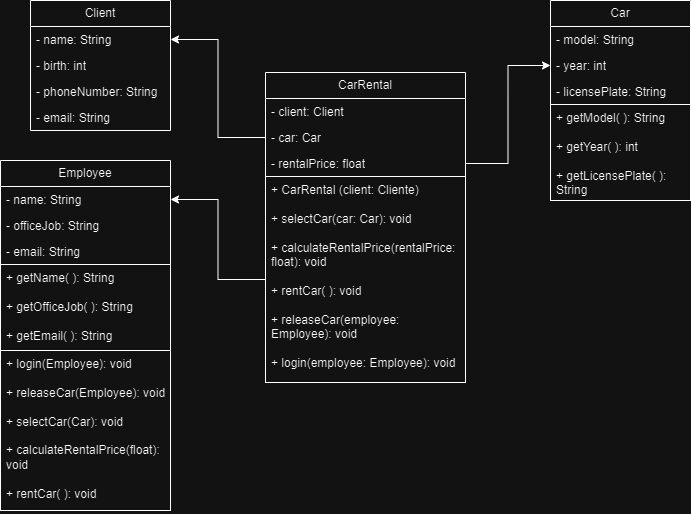
Above: engenharia_sw/img/uml.drawio.png in Otavio-CB/bertoti (draw.io), before the change. Source tidied: cells renumbered, new cells last; positions are measured from the earlier drawing's top-left corner, leaving out a move shared by most shapes. The source it was exported from:
```xml
<mxGraphModel>
  <root>
    <mxCell id="0" />
    <mxCell id="1" parent="0" />
    <mxCell id="2" value="Car" style="swimlane;fontStyle=0;horizontal=1;startSize=26;fillColor=none;whiteSpace=wrap;html=1;" parent="1" vertex="1">
      <mxGeometry x="550" width="140" height="200" as="geometry" />
    </mxCell>
    <mxCell id="3" value="- model: String" style="text;strokeColor=none;fillColor=none;align=left;verticalAlign=top;spacingLeft=4;spacingRight=4;overflow=hidden;whiteSpace=wrap;html=1;" parent="2" vertex="1">
      <mxGeometry y="26" width="140" height="26" as="geometry" />
    </mxCell>
    <mxCell id="4" value="- year: int" style="text;strokeColor=none;fillColor=none;align=left;verticalAlign=top;spacingLeft=4;spacingRight=4;overflow=hidden;points=[[0,0.5],[1,0.5]];portConstraint=eastwest;whiteSpace=wrap;html=1;" parent="2" vertex="1">
      <mxGeometry y="52" width="140" height="26" as="geometry" />
    </mxCell>
    <mxCell id="5" value="- licensePlate: String" style="text;strokeColor=none;fillColor=none;align=left;verticalAlign=top;spacingLeft=4;spacingRight=4;overflow=hidden;whiteSpace=wrap;html=1;" parent="2" vertex="1">
      <mxGeometry y="78" width="140" height="26" as="geometry" />
    </mxCell>
    <mxCell id="6" value="+ getModel( ): String&lt;br&gt;&lt;br&gt;+ getYear( ): int&lt;br&gt;&lt;br&gt;+ getLicensePlate( ): String" style="text;strokeColor=default;fillColor=none;align=left;verticalAlign=top;spacingLeft=4;spacingRight=4;overflow=hidden;whiteSpace=wrap;html=1;" parent="2" vertex="1">
      <mxGeometry y="104" width="140" height="96" as="geometry" />
    </mxCell>
    <mxCell id="7" value="Client" style="swimlane;fontStyle=0;horizontal=1;startSize=26;fillColor=none;whiteSpace=wrap;html=1;" parent="1" vertex="1">
      <mxGeometry x="30" width="140" height="130" as="geometry" />
    </mxCell>
    <mxCell id="8" value="- name: String" style="text;strokeColor=none;fillColor=none;align=left;verticalAlign=top;spacingLeft=4;spacingRight=4;overflow=hidden;points=[[0,0.5],[1,0.5]];portConstraint=eastwest;whiteSpace=wrap;html=1;" parent="7" vertex="1">
      <mxGeometry y="26" width="140" height="26" as="geometry" />
    </mxCell>
    <mxCell id="9" value="- birth: int" style="text;strokeColor=none;fillColor=none;align=left;verticalAlign=top;spacingLeft=4;spacingRight=4;overflow=hidden;whiteSpace=wrap;html=1;" parent="7" vertex="1">
      <mxGeometry y="52" width="140" height="26" as="geometry" />
    </mxCell>
    <mxCell id="10" value="- phoneNumber: String" style="text;strokeColor=none;fillColor=none;align=left;verticalAlign=top;spacingLeft=4;spacingRight=4;overflow=hidden;whiteSpace=wrap;html=1;" parent="7" vertex="1">
      <mxGeometry y="78" width="140" height="26" as="geometry" />
    </mxCell>
    <mxCell id="11" value="- email: String" style="text;strokeColor=none;fillColor=none;align=left;verticalAlign=top;spacingLeft=4;spacingRight=4;overflow=hidden;whiteSpace=wrap;html=1;" parent="7" vertex="1">
      <mxGeometry y="104" width="140" height="26" as="geometry" />
    </mxCell>
    <mxCell id="12" value="Employee" style="swimlane;fontStyle=0;horizontal=1;startSize=26;fillColor=none;whiteSpace=wrap;html=1;" parent="1" vertex="1">
      <mxGeometry y="160" width="170" height="350" as="geometry" />
    </mxCell>
    <mxCell id="13" value="- name: String" style="text;strokeColor=none;fillColor=none;align=left;verticalAlign=top;spacingLeft=4;spacingRight=4;overflow=hidden;points=[[0,0.5],[1,0.5]];portConstraint=eastwest;whiteSpace=wrap;html=1;" parent="12" vertex="1">
      <mxGeometry y="26" width="170" height="26" as="geometry" />
    </mxCell>
    <mxCell id="14" value="- officeJob: String" style="text;strokeColor=none;fillColor=none;align=left;verticalAlign=top;spacingLeft=4;spacingRight=4;overflow=hidden;whiteSpace=wrap;html=1;" parent="12" vertex="1">
      <mxGeometry y="52" width="170" height="26" as="geometry" />
    </mxCell>
    <mxCell id="15" value="- email: String" style="text;strokeColor=none;fillColor=none;align=left;verticalAlign=top;spacingLeft=4;spacingRight=4;overflow=hidden;whiteSpace=wrap;html=1;" parent="12" vertex="1">
      <mxGeometry y="78" width="170" height="26" as="geometry" />
    </mxCell>
    <mxCell id="16" value="+ getName( ): String&lt;br&gt;&lt;br&gt;+ getOfficeJob( ): String&lt;br&gt;&lt;br&gt;+ getEmail( ): String" style="text;strokeColor=default;fillColor=none;align=left;verticalAlign=top;spacingLeft=4;spacingRight=4;overflow=hidden;html=1;whiteSpace=wrap;" parent="12" vertex="1">
      <mxGeometry y="104" width="170" height="86" as="geometry" />
    </mxCell>
    <mxCell id="17" value="+ login(Employee): void&lt;br&gt;&lt;br&gt;+ releaseCar(Employee): void&lt;br&gt;&lt;br&gt;+ selectCar(Car): void&lt;br&gt;&lt;br&gt;+ calculateRentalPrice(float): void&lt;br&gt;&lt;br&gt;+ rentCar( ): void" style="text;strokeColor=default;fillColor=none;align=left;verticalAlign=top;spacingLeft=4;spacingRight=4;overflow=hidden;html=1;whiteSpace=wrap;" parent="12" vertex="1">
      <mxGeometry y="190" width="170" height="160" as="geometry" />
    </mxCell>
    <mxCell id="18" style="group;" parent="1" vertex="1">
      <mxGeometry x="265" y="72" width="200" height="310" as="geometry" />
    </mxCell>
    <mxCell id="19" value="CarRental" style="swimlane;fontStyle=0;horizontal=1;startSize=26;fillColor=none;whiteSpace=wrap;html=1;" parent="18" vertex="1">
      <mxGeometry width="200" height="104" as="geometry" />
    </mxCell>
    <mxCell id="20" value="- client: Client" style="text;strokeColor=none;fillColor=none;align=left;verticalAlign=top;spacingLeft=4;spacingRight=4;overflow=hidden;whiteSpace=wrap;html=1;" parent="19" vertex="1">
      <mxGeometry y="26" width="200" height="26" as="geometry" />
    </mxCell>
    <mxCell id="21" value="- car: Car" style="text;strokeColor=none;fillColor=none;align=left;verticalAlign=top;spacingLeft=4;spacingRight=4;overflow=hidden;points=[[0,0.5],[1,0.5]];portConstraint=eastwest;whiteSpace=wrap;html=1;" parent="19" vertex="1">
      <mxGeometry y="52" width="200" height="26" as="geometry" />
    </mxCell>
    <mxCell id="22" value="- rentalPrice: float" style="text;strokeColor=none;fillColor=none;align=left;verticalAlign=top;spacingLeft=4;spacingRight=4;overflow=hidden;points=[[0,0.5],[1,0.5]];portConstraint=eastwest;whiteSpace=wrap;html=1;" parent="19" vertex="1">
      <mxGeometry y="78" width="200" height="26" as="geometry" />
    </mxCell>
    <mxCell id="23" value="+ CarRental (client: Cliente)&lt;br&gt;&lt;br&gt;+ selectCar(car: Car): void&lt;br&gt;&lt;br&gt;+ calculateRentalPrice(rentalPrice: float): void&lt;br&gt;&lt;br&gt;+ rentCar( ): void&lt;br&gt;&lt;br&gt;+ releaseCar(employee: Employee): void&lt;br&gt;&lt;br&gt;+ login(employee: Employee): void" style="text;strokeColor=default;fillColor=none;align=left;verticalAlign=top;spacingLeft=4;spacingRight=4;overflow=hidden;points=[[0,0.5],[1,0.5]];portConstraint=eastwest;whiteSpace=wrap;html=1;" parent="18" vertex="1">
      <mxGeometry y="104" width="200" height="206" as="geometry" />
    </mxCell>
    <mxCell id="24" style="edgeStyle=orthogonalEdgeStyle;rounded=0;jettySize=auto;html=1;exitX=0;exitY=0.5;exitDx=0;exitDy=0;entryX=1;entryY=0.5;entryDx=0;entryDy=0;" parent="1" edge="1" source="21" target="8">
      <mxGeometry relative="1" as="geometry" />
    </mxCell>
    <mxCell id="25" style="edgeStyle=orthogonalEdgeStyle;rounded=0;jettySize=auto;html=1;exitX=1;exitY=0.5;exitDx=0;exitDy=0;entryX=0;entryY=0.5;entryDx=0;entryDy=0;" parent="1" edge="1" source="22" target="4">
      <mxGeometry relative="1" as="geometry" />
    </mxCell>
    <mxCell id="26" style="edgeStyle=orthogonalEdgeStyle;rounded=0;jettySize=auto;html=1;exitX=0;exitY=0.5;exitDx=0;exitDy=0;entryX=1;entryY=0.5;entryDx=0;entryDy=0;" parent="1" edge="1" source="23" target="13">
      <mxGeometry relative="1" as="geometry" />
    </mxCell>
  </root>
</mxGraphModel>
```
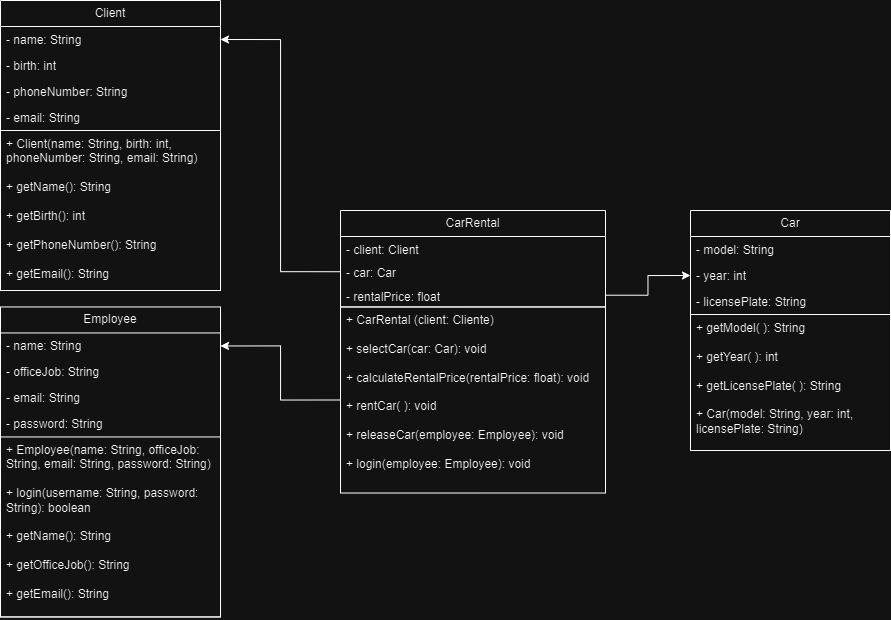
The same file after the commit.

Change to the diagram source:
```diff
@@ -3,79 +3,82 @@
     <mxCell id="0" />
     <mxCell id="1" parent="0" />
     <mxCell id="2" value="Car" style="swimlane;fontStyle=0;horizontal=1;startSize=26;fillColor=none;whiteSpace=wrap;html=1;" parent="1" vertex="1">
-      <mxGeometry x="550" width="140" height="200" as="geometry" />
+      <mxGeometry x="630" y="112" width="200" height="240" as="geometry" />
     </mxCell>
     <mxCell id="3" value="- model: String" style="text;strokeColor=none;fillColor=none;align=left;verticalAlign=top;spacingLeft=4;spacingRight=4;overflow=hidden;whiteSpace=wrap;html=1;" parent="2" vertex="1">
-      <mxGeometry y="26" width="140" height="26" as="geometry" />
+      <mxGeometry y="26" width="200" height="26" as="geometry" />
     </mxCell>
     <mxCell id="4" value="- year: int" style="text;strokeColor=none;fillColor=none;align=left;verticalAlign=top;spacingLeft=4;spacingRight=4;overflow=hidden;points=[[0,0.5],[1,0.5]];portConstraint=eastwest;whiteSpace=wrap;html=1;" parent="2" vertex="1">
-      <mxGeometry y="52" width="140" height="26" as="geometry" />
+      <mxGeometry y="52" width="200" height="26" as="geometry" />
     </mxCell>
     <mxCell id="5" value="- licensePlate: String" style="text;strokeColor=none;fillColor=none;align=left;verticalAlign=top;spacingLeft=4;spacingRight=4;overflow=hidden;whiteSpace=wrap;html=1;" parent="2" vertex="1">
-      <mxGeometry y="78" width="140" height="26" as="geometry" />
+      <mxGeometry y="78" width="200" height="26" as="geometry" />
     </mxCell>
-    <mxCell id="6" value="+ getModel( ): String&lt;br&gt;&lt;br&gt;+ getYear( ): int&lt;br&gt;&lt;br&gt;+ getLicensePlate( ): String" style="text;strokeColor=default;fillColor=none;align=left;verticalAlign=top;spacingLeft=4;spacingRight=4;overflow=hidden;whiteSpace=wrap;html=1;" parent="2" vertex="1">
-      <mxGeometry y="104" width="140" height="96" as="geometry" />
+    <mxCell id="6" value="+ getModel( ): String&lt;br&gt;&lt;br&gt;+ getYear( ): int&lt;br&gt;&lt;br&gt;+ getLicensePlate( ): String&lt;br&gt;&lt;br&gt;  + Car(model: String, year: int, licensePlate: String)" style="text;strokeColor=default;fillColor=none;align=left;verticalAlign=top;spacingLeft=4;spacingRight=4;overflow=hidden;whiteSpace=wrap;html=1;" parent="2" vertex="1">
+      <mxGeometry y="104" width="200" height="136" as="geometry" />
     </mxCell>
     <mxCell id="7" value="Client" style="swimlane;fontStyle=0;horizontal=1;startSize=26;fillColor=none;whiteSpace=wrap;html=1;" parent="1" vertex="1">
-      <mxGeometry x="30" width="140" height="130" as="geometry" />
+      <mxGeometry x="-60" y="-98" width="220" height="290" as="geometry" />
     </mxCell>
     <mxCell id="8" value="- name: String" style="text;strokeColor=none;fillColor=none;align=left;verticalAlign=top;spacingLeft=4;spacingRight=4;overflow=hidden;points=[[0,0.5],[1,0.5]];portConstraint=eastwest;whiteSpace=wrap;html=1;" parent="7" vertex="1">
-      <mxGeometry y="26" width="140" height="26" as="geometry" />
+      <mxGeometry y="26" width="220" height="26" as="geometry" />
     </mxCell>
     <mxCell id="9" value="- birth: int" style="text;strokeColor=none;fillColor=none;align=left;verticalAlign=top;spacingLeft=4;spacingRight=4;overflow=hidden;whiteSpace=wrap;html=1;" parent="7" vertex="1">
-      <mxGeometry y="52" width="140" height="26" as="geometry" />
+      <mxGeometry y="52" width="220" height="26" as="geometry" />
     </mxCell>
     <mxCell id="10" value="- phoneNumber: String" style="text;strokeColor=none;fillColor=none;align=left;verticalAlign=top;spacingLeft=4;spacingRight=4;overflow=hidden;whiteSpace=wrap;html=1;" parent="7" vertex="1">
-      <mxGeometry y="78" width="140" height="26" as="geometry" />
+      <mxGeometry y="78" width="220" height="26" as="geometry" />
     </mxCell>
     <mxCell id="11" value="- email: String" style="text;strokeColor=none;fillColor=none;align=left;verticalAlign=top;spacingLeft=4;spacingRight=4;overflow=hidden;whiteSpace=wrap;html=1;" parent="7" vertex="1">
-      <mxGeometry y="104" width="140" height="26" as="geometry" />
+      <mxGeometry y="104" width="220" height="26" as="geometry" />
     </mxCell>
+    <mxCell id="27" value="+ Client(name: String, birth: int, phoneNumber: String, email: String)&lt;br&gt;&lt;br&gt;+ getName(): String&lt;br&gt;&lt;br&gt;+ getBirth(): int&lt;br&gt;&lt;br&gt;+ getPhoneNumber(): String&lt;br&gt;&lt;br&gt;+ getEmail(): String" style="text;strokeColor=default;fillColor=none;align=left;verticalAlign=top;spacingLeft=4;spacingRight=4;overflow=hidden;whiteSpace=wrap;html=1;labelBorderColor=none;" parent="7" vertex="1">
+      <mxGeometry y="130" width="220" height="160" as="geometry" />
+    </mxCell>
     <mxCell id="12" value="Employee" style="swimlane;fontStyle=0;horizontal=1;startSize=26;fillColor=none;whiteSpace=wrap;html=1;" parent="1" vertex="1">
-      <mxGeometry y="160" width="170" height="350" as="geometry" />
+      <mxGeometry x="-60" y="208.4" width="220" height="310" as="geometry" />
     </mxCell>
     <mxCell id="13" value="- name: String" style="text;strokeColor=none;fillColor=none;align=left;verticalAlign=top;spacingLeft=4;spacingRight=4;overflow=hidden;points=[[0,0.5],[1,0.5]];portConstraint=eastwest;whiteSpace=wrap;html=1;" parent="12" vertex="1">
-      <mxGeometry y="26" width="170" height="26" as="geometry" />
+      <mxGeometry y="26" width="220" height="26" as="geometry" />
     </mxCell>
     <mxCell id="14" value="- officeJob: String" style="text;strokeColor=none;fillColor=none;align=left;verticalAlign=top;spacingLeft=4;spacingRight=4;overflow=hidden;whiteSpace=wrap;html=1;" parent="12" vertex="1">
-      <mxGeometry y="52" width="170" height="26" as="geometry" />
+      <mxGeometry y="52" width="220" height="26" as="geometry" />
     </mxCell>
     <mxCell id="15" value="- email: String" style="text;strokeColor=none;fillColor=none;align=left;verticalAlign=top;spacingLeft=4;spacingRight=4;overflow=hidden;whiteSpace=wrap;html=1;" parent="12" vertex="1">
-      <mxGeometry y="78" width="170" height="26" as="geometry" />
+      <mxGeometry y="78" width="220" height="26" as="geometry" />
     </mxCell>
+    <mxCell id="28" value="- password: String" style="text;strokeColor=none;fillColor=none;align=left;verticalAlign=top;spacingLeft=4;spacingRight=4;overflow=hidden;whiteSpace=wrap;html=1;" parent="12" vertex="1">
+      <mxGeometry y="104" width="220" height="26" as="geometry" />
+    </mxCell>
-    <mxCell id="16" value="+ getName( ): String&lt;br&gt;&lt;br&gt;+ getOfficeJob( ): String&lt;br&gt;&lt;br&gt;+ getEmail( ): String" style="text;strokeColor=default;fillColor=none;align=left;verticalAlign=top;spacingLeft=4;spacingRight=4;overflow=hidden;html=1;whiteSpace=wrap;" parent="12" vertex="1">
-      <mxGeometry y="104" width="170" height="86" as="geometry" />
+    <mxCell id="16" value="+ Employee(name: String, officeJob: String, email: String, password: String)&lt;br&gt;&lt;br&gt;+ login(username: String, password: String): boolean&lt;br&gt;&lt;br&gt;+ getName(): String&lt;br&gt;&lt;br&gt;+ getOfficeJob(): String&lt;br&gt;&lt;br&gt;+ getEmail(): String" style="text;strokeColor=default;fillColor=none;align=left;verticalAlign=top;spacingLeft=4;spacingRight=4;overflow=hidden;html=1;whiteSpace=wrap;" parent="12" vertex="1">
+      <mxGeometry y="130" width="220" height="180" as="geometry" />
     </mxCell>
-    <mxCell id="17" value="+ login(Employee): void&lt;br&gt;&lt;br&gt;+ releaseCar(Employee): void&lt;br&gt;&lt;br&gt;+ selectCar(Car): void&lt;br&gt;&lt;br&gt;+ calculateRentalPrice(float): void&lt;br&gt;&lt;br&gt;+ rentCar( ): void" style="text;strokeColor=default;fillColor=none;align=left;verticalAlign=top;spacingLeft=4;spacingRight=4;overflow=hidden;html=1;whiteSpace=wrap;" parent="12" vertex="1">
-      <mxGeometry y="190" width="170" height="160" as="geometry" />
-    </mxCell>
     <mxCell id="18" style="group;" parent="1" vertex="1">
-      <mxGeometry x="265" y="72" width="200" height="310" as="geometry" />
+      <mxGeometry x="280" y="183" width="265" height="280" as="geometry" />
     </mxCell>
+    <mxCell id="23" value="+ CarRental (client: Cliente)&lt;br&gt;&lt;br&gt;+ selectCar(car: Car): void&lt;br&gt;&lt;br&gt;+ calculateRentalPrice(rentalPrice: float): void&lt;br&gt;&lt;br&gt;+ rentCar( ): void&lt;br&gt;&lt;br&gt;+ releaseCar(employee: Employee): void&lt;br&gt;&lt;br&gt;+ login(employee: Employee): void" style="text;strokeColor=default;fillColor=none;align=left;verticalAlign=top;spacingLeft=4;spacingRight=4;overflow=hidden;points=[[0,0.5],[1,0.5]];portConstraint=eastwest;whiteSpace=wrap;html=1;" parent="18" vertex="1">
+      <mxGeometry y="25.5" width="265" height="186.1" as="geometry" />
+    </mxCell>
+    <mxCell id="24" style="edgeStyle=orthogonalEdgeStyle;rounded=0;jettySize=auto;html=1;exitX=0;exitY=0.5;exitDx=0;exitDy=0;entryX=1;entryY=0.5;entryDx=0;entryDy=0;" parent="1" edge="1" source="21" target="8">
+      <mxGeometry relative="1" as="geometry" />
+    </mxCell>
+    <mxCell id="25" style="edgeStyle=orthogonalEdgeStyle;rounded=0;jettySize=auto;html=1;exitX=1;exitY=0.5;exitDx=0;exitDy=0;entryX=0;entryY=0.5;entryDx=0;entryDy=0;" parent="1" edge="1" source="22" target="4">
+      <mxGeometry relative="1" as="geometry" />
+    </mxCell>
+    <mxCell id="26" style="edgeStyle=orthogonalEdgeStyle;rounded=0;jettySize=auto;html=1;exitX=0;exitY=0.5;exitDx=0;exitDy=0;entryX=1;entryY=0.5;entryDx=0;entryDy=0;" parent="1" edge="1" source="23" target="13">
+      <mxGeometry relative="1" as="geometry" />
+    </mxCell>
-    <mxCell id="19" value="CarRental" style="swimlane;fontStyle=0;horizontal=1;startSize=26;fillColor=none;whiteSpace=wrap;html=1;" parent="18" vertex="1">
-      <mxGeometry width="200" height="104" as="geometry" />
+    <mxCell id="19" value="CarRental" style="swimlane;fontStyle=0;horizontal=1;startSize=26;fillColor=none;whiteSpace=wrap;html=1;" parent="1" vertex="1">
+      <mxGeometry x="280" y="112" width="265" height="96.5" as="geometry" />
     </mxCell>
     <mxCell id="20" value="- client: Client" style="text;strokeColor=none;fillColor=none;align=left;verticalAlign=top;spacingLeft=4;spacingRight=4;overflow=hidden;whiteSpace=wrap;html=1;" parent="19" vertex="1">
-      <mxGeometry y="26" width="200" height="26" as="geometry" />
+      <mxGeometry y="26" width="265" height="23.5" as="geometry" />
     </mxCell>
     <mxCell id="21" value="- car: Car" style="text;strokeColor=none;fillColor=none;align=left;verticalAlign=top;spacingLeft=4;spacingRight=4;overflow=hidden;points=[[0,0.5],[1,0.5]];portConstraint=eastwest;whiteSpace=wrap;html=1;" parent="19" vertex="1">
-      <mxGeometry y="52" width="200" height="26" as="geometry" />
+      <mxGeometry y="49.5" width="265" height="23.5" as="geometry" />
     </mxCell>
     <mxCell id="22" value="- rentalPrice: float" style="text;strokeColor=none;fillColor=none;align=left;verticalAlign=top;spacingLeft=4;spacingRight=4;overflow=hidden;points=[[0,0.5],[1,0.5]];portConstraint=eastwest;whiteSpace=wrap;html=1;" parent="19" vertex="1">
-      <mxGeometry y="78" width="200" height="26" as="geometry" />
+      <mxGeometry y="73" width="265" height="23.5" as="geometry" />
     </mxCell>
-    <mxCell id="23" value="+ CarRental (client: Cliente)&lt;br&gt;&lt;br&gt;+ selectCar(car: Car): void&lt;br&gt;&lt;br&gt;+ calculateRentalPrice(rentalPrice: float): void&lt;br&gt;&lt;br&gt;+ rentCar( ): void&lt;br&gt;&lt;br&gt;+ releaseCar(employee: Employee): void&lt;br&gt;&lt;br&gt;+ login(employee: Employee): void" style="text;strokeColor=default;fillColor=none;align=left;verticalAlign=top;spacingLeft=4;spacingRight=4;overflow=hidden;points=[[0,0.5],[1,0.5]];portConstraint=eastwest;whiteSpace=wrap;html=1;" parent="18" vertex="1">
-      <mxGeometry y="104" width="200" height="206" as="geometry" />
-    </mxCell>
-    <mxCell id="24" style="edgeStyle=orthogonalEdgeStyle;rounded=0;jettySize=auto;html=1;exitX=0;exitY=0.5;exitDx=0;exitDy=0;entryX=1;entryY=0.5;entryDx=0;entryDy=0;" parent="1" edge="1" source="21" target="8">
-      <mxGeometry relative="1" as="geometry" />
-    </mxCell>
-    <mxCell id="25" style="edgeStyle=orthogonalEdgeStyle;rounded=0;jettySize=auto;html=1;exitX=1;exitY=0.5;exitDx=0;exitDy=0;entryX=0;entryY=0.5;entryDx=0;entryDy=0;" parent="1" edge="1" source="22" target="4">
-      <mxGeometry relative="1" as="geometry" />
-    </mxCell>
-    <mxCell id="26" style="edgeStyle=orthogonalEdgeStyle;rounded=0;jettySize=auto;html=1;exitX=0;exitY=0.5;exitDx=0;exitDy=0;entryX=1;entryY=0.5;entryDx=0;entryDy=0;" parent="1" edge="1" source="23" target="13">
-      <mxGeometry relative="1" as="geometry" />
-    </mxCell>
   </root>
 </mxGraphModel>
```
